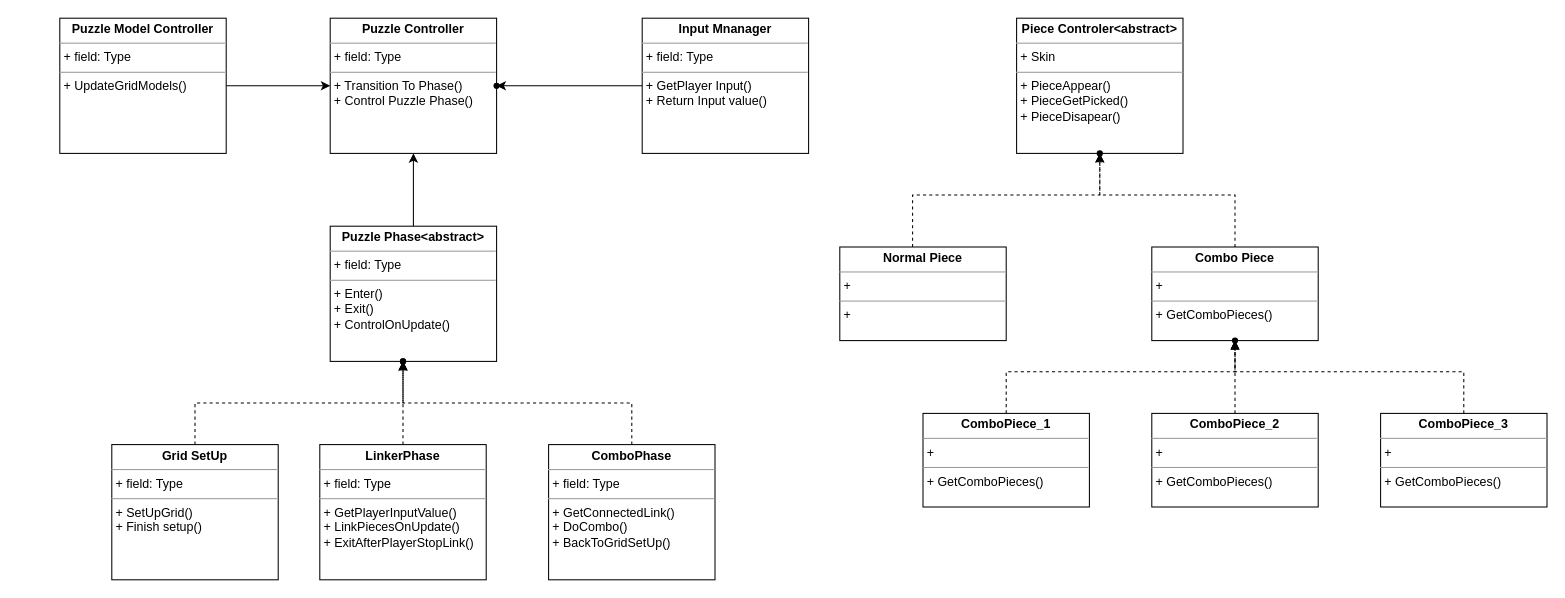
Before: Car_Puzzle_Chart.drawio in tranduy1995/CodeChart, a draw.io diagram. Source tidied: cells renumbered, new cells numbered last; positions are measured from the earlier drawing's top-left corner, leaving out a move shared by most shapes. Both pictures are drawn from the tidied source at 104%, with x=0, y=0 at pixel (59, 18).
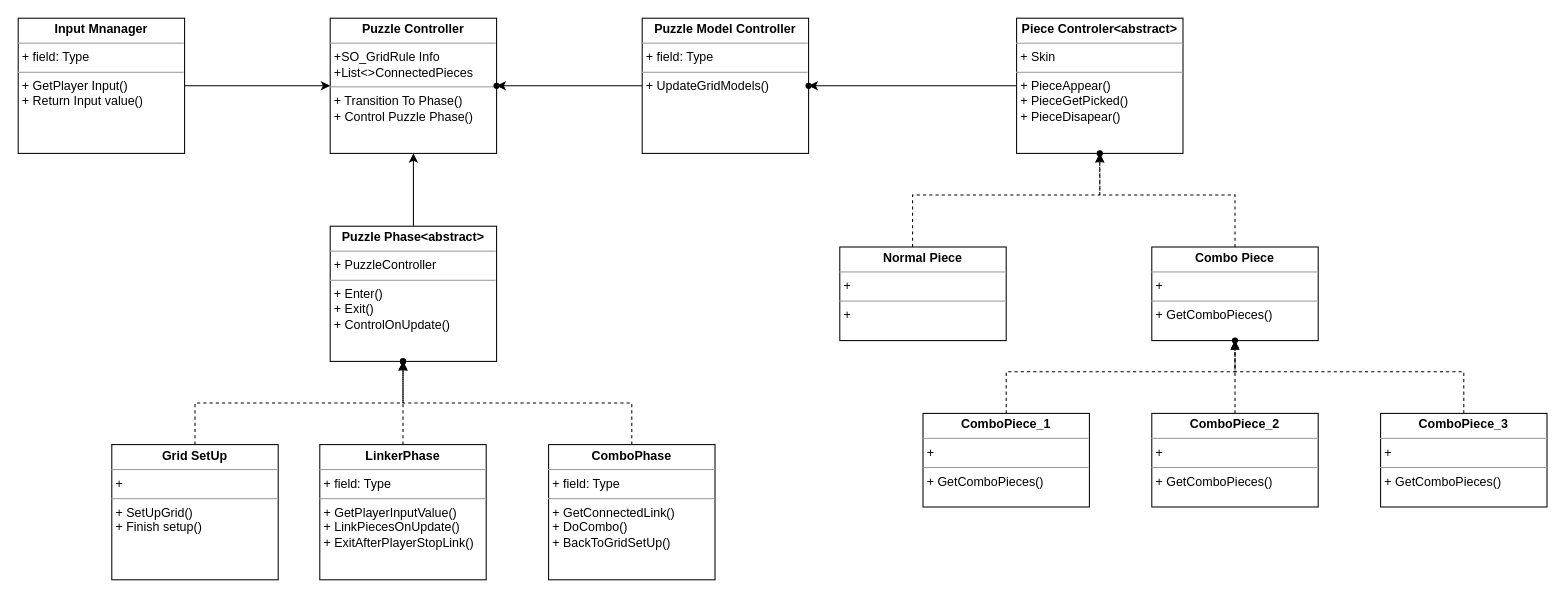
The same page after the edit.

Unchanged cells that the change refers to:
```xml
<mxCell id="13" value="&lt;p style=&quot;margin:0px;margin-top:4px;text-align:center;&quot;&gt;&lt;b&gt;Piece Controler&amp;lt;abstract&amp;gt;&lt;/b&gt;&lt;/p&gt;&lt;hr size=&quot;1&quot;&gt;&lt;p style=&quot;margin:0px;margin-left:4px;&quot;&gt;+ Skin&lt;/p&gt;&lt;hr size=&quot;1&quot;&gt;&lt;p style=&quot;margin:0px;margin-left:4px;&quot;&gt;+ PieceAppear()&lt;/p&gt;&lt;p style=&quot;margin:0px;margin-left:4px;&quot;&gt;+ PieceGetPicked()&lt;/p&gt;&lt;p style=&quot;margin:0px;margin-left:4px;&quot;&gt;+ PieceDisapear()&lt;/p&gt;&lt;p style=&quot;margin:0px;margin-left:4px;&quot;&gt;&lt;br&gt;&lt;/p&gt;&lt;p style=&quot;margin:0px;margin-left:4px;&quot;&gt;&lt;br&gt;&lt;/p&gt;" style="verticalAlign=top;align=left;overflow=fill;fontSize=12;fontFamily=Helvetica;html=1;whiteSpace=wrap;" parent="1" vertex="1">
  <mxGeometry x="920" width="160" height="130" as="geometry" />
</mxCell>
<mxCell id="31" style="shape=waypoint;sketch=0;size=6;points=[];fillColor=default;perimeter=centerPerimeter;snapToPoint=1;align=left;verticalAlign=top;" parent="1" vertex="1">
  <mxGeometry x="410" y="55" width="20" height="20" as="geometry" />
</mxCell>
```

Change to the diagram source:
```diff
@@
-    <mxCell id="2" value="&lt;p style=&quot;margin:0px;margin-top:4px;text-align:center;&quot;&gt;&lt;b&gt;Puzzle Controller&lt;/b&gt;&lt;/p&gt;&lt;hr size=&quot;1&quot;&gt;&lt;p style=&quot;margin:0px;margin-left:4px;&quot;&gt;+ field: Type&lt;/p&gt;&lt;hr size=&quot;1&quot;&gt;&lt;p style=&quot;margin:0px;margin-left:4px;&quot;&gt;+ Transition To Phase()&lt;/p&gt;&lt;p style=&quot;margin:0px;margin-left:4px;&quot;&gt;+ Control Puzzle Phase()&lt;/p&gt;&lt;p style=&quot;margin:0px;margin-left:4px;&quot;&gt;&lt;br&gt;&lt;/p&gt;&lt;p style=&quot;margin:0px;margin-left:4px;&quot;&gt;&lt;br&gt;&lt;/p&gt;" style="verticalAlign=top;align=left;overflow=fill;fontSize=12;fontFamily=Helvetica;html=1;whiteSpace=wrap;" parent="1" vertex="1">
+    <mxCell id="2" value="&lt;p style=&quot;margin:0px;margin-top:4px;text-align:center;&quot;&gt;&lt;b&gt;Puzzle Controller&lt;/b&gt;&lt;/p&gt;&lt;hr size=&quot;1&quot;&gt;&lt;p style=&quot;margin:0px;margin-left:4px;&quot;&gt;+SO_GridRule Info&lt;/p&gt;&lt;p style=&quot;margin:0px;margin-left:4px;&quot;&gt;+List&amp;lt;&amp;gt;ConnectedPieces&lt;/p&gt;&lt;hr size=&quot;1&quot;&gt;&lt;p style=&quot;margin:0px;margin-left:4px;&quot;&gt;+ Transition To Phase()&lt;/p&gt;&lt;p style=&quot;margin:0px;margin-left:4px;&quot;&gt;+ Control Puzzle Phase()&lt;/p&gt;&lt;p style=&quot;margin:0px;margin-left:4px;&quot;&gt;&lt;br&gt;&lt;/p&gt;&lt;p style=&quot;margin:0px;margin-left:4px;&quot;&gt;&lt;br&gt;&lt;/p&gt;" style="verticalAlign=top;align=left;overflow=fill;fontSize=12;fontFamily=Helvetica;html=1;whiteSpace=wrap;" parent="1" vertex="1">
       <mxGeometry x="260" width="160" height="130" as="geometry" />
     </mxCell>
@@
-    <mxCell id="4" value="&lt;p style=&quot;margin:0px;margin-top:4px;text-align:center;&quot;&gt;&lt;b&gt;Puzzle Phase&amp;lt;abstract&amp;gt;&lt;/b&gt;&lt;/p&gt;&lt;hr size=&quot;1&quot;&gt;&lt;p style=&quot;margin:0px;margin-left:4px;&quot;&gt;+ field: Type&lt;/p&gt;&lt;hr size=&quot;1&quot;&gt;&lt;p style=&quot;margin:0px;margin-left:4px;&quot;&gt;+ Enter()&lt;/p&gt;&lt;p style=&quot;margin:0px;margin-left:4px;&quot;&gt;+ Exit()&lt;/p&gt;&lt;p style=&quot;margin:0px;margin-left:4px;&quot;&gt;+ ControlOnUpdate()&lt;/p&gt;&lt;p style=&quot;margin:0px;margin-left:4px;&quot;&gt;&lt;br&gt;&lt;/p&gt;&lt;p style=&quot;margin:0px;margin-left:4px;&quot;&gt;&lt;br&gt;&lt;/p&gt;" style="verticalAlign=top;align=left;overflow=fill;fontSize=12;fontFamily=Helvetica;html=1;whiteSpace=wrap;" parent="1" vertex="1">
+    <mxCell id="4" value="&lt;p style=&quot;margin:0px;margin-top:4px;text-align:center;&quot;&gt;&lt;b&gt;Puzzle Phase&amp;lt;abstract&amp;gt;&lt;/b&gt;&lt;/p&gt;&lt;hr size=&quot;1&quot;&gt;&lt;p style=&quot;margin:0px;margin-left:4px;&quot;&gt;+ PuzzleController&lt;/p&gt;&lt;hr size=&quot;1&quot;&gt;&lt;p style=&quot;margin:0px;margin-left:4px;&quot;&gt;+ Enter()&lt;/p&gt;&lt;p style=&quot;margin:0px;margin-left:4px;&quot;&gt;+ Exit()&lt;/p&gt;&lt;p style=&quot;margin:0px;margin-left:4px;&quot;&gt;+ ControlOnUpdate()&lt;/p&gt;&lt;p style=&quot;margin:0px;margin-left:4px;&quot;&gt;&lt;br&gt;&lt;/p&gt;&lt;p style=&quot;margin:0px;margin-left:4px;&quot;&gt;&lt;br&gt;&lt;/p&gt;" style="verticalAlign=top;align=left;overflow=fill;fontSize=12;fontFamily=Helvetica;html=1;whiteSpace=wrap;" parent="1" vertex="1">
       <mxGeometry x="260" y="200" width="160" height="130" as="geometry" />
     </mxCell>
@@
-    <mxCell id="6" value="&lt;p style=&quot;margin:0px;margin-top:4px;text-align:center;&quot;&gt;&lt;b&gt;Grid SetUp&lt;/b&gt;&lt;/p&gt;&lt;hr size=&quot;1&quot;&gt;&lt;p style=&quot;margin:0px;margin-left:4px;&quot;&gt;+ field: Type&lt;/p&gt;&lt;hr size=&quot;1&quot;&gt;&lt;p style=&quot;margin:0px;margin-left:4px;&quot;&gt;+ SetUpGrid()&lt;/p&gt;&lt;p style=&quot;margin:0px;margin-left:4px;&quot;&gt;+ Finish setup()&lt;/p&gt;&lt;p style=&quot;margin:0px;margin-left:4px;&quot;&gt;&lt;br&gt;&lt;/p&gt;&lt;p style=&quot;margin:0px;margin-left:4px;&quot;&gt;&lt;br&gt;&lt;/p&gt;" style="verticalAlign=top;align=left;overflow=fill;fontSize=12;fontFamily=Helvetica;html=1;whiteSpace=wrap;" parent="1" vertex="1">
+    <mxCell id="6" value="&lt;p style=&quot;margin:0px;margin-top:4px;text-align:center;&quot;&gt;&lt;b&gt;Grid SetUp&lt;/b&gt;&lt;/p&gt;&lt;hr size=&quot;1&quot;&gt;&lt;p style=&quot;margin:0px;margin-left:4px;&quot;&gt;+&amp;nbsp;&lt;/p&gt;&lt;hr size=&quot;1&quot;&gt;&lt;p style=&quot;margin:0px;margin-left:4px;&quot;&gt;+ SetUpGrid()&lt;/p&gt;&lt;p style=&quot;margin:0px;margin-left:4px;&quot;&gt;+ Finish setup()&lt;/p&gt;&lt;p style=&quot;margin:0px;margin-left:4px;&quot;&gt;&lt;br&gt;&lt;/p&gt;&lt;p style=&quot;margin:0px;margin-left:4px;&quot;&gt;&lt;br&gt;&lt;/p&gt;" style="verticalAlign=top;align=left;overflow=fill;fontSize=12;fontFamily=Helvetica;html=1;whiteSpace=wrap;" parent="1" vertex="1">
       <mxGeometry x="50" y="410" width="160" height="130" as="geometry" />
     </mxCell>
-    <mxCell id="7" style="edgeStyle=orthogonalEdgeStyle;rounded=0;jettySize=auto;html=1;" parent="1" edge="1" source="8" target="31">
+    <mxCell id="7" style="edgeStyle=orthogonalEdgeStyle;rounded=0;jettySize=auto;html=1;entryX=0;entryY=0.5;entryDx=0;entryDy=0;" parent="1" edge="1" source="8" target="2">
       <mxGeometry relative="1" as="geometry" />
     </mxCell>
     <mxCell id="8" value="&lt;p style=&quot;margin:0px;margin-top:4px;text-align:center;&quot;&gt;&lt;b&gt;Input Mnanager&lt;/b&gt;&lt;/p&gt;&lt;hr size=&quot;1&quot;&gt;&lt;p style=&quot;margin:0px;margin-left:4px;&quot;&gt;+ field: Type&lt;/p&gt;&lt;hr size=&quot;1&quot;&gt;&lt;p style=&quot;margin:0px;margin-left:4px;&quot;&gt;+ GetPlayer Input()&lt;/p&gt;&lt;p style=&quot;margin:0px;margin-left:4px;&quot;&gt;+ Return Input value()&lt;/p&gt;&lt;p style=&quot;margin:0px;margin-left:4px;&quot;&gt;&lt;br&gt;&lt;/p&gt;&lt;p style=&quot;margin:0px;margin-left:4px;&quot;&gt;&lt;br&gt;&lt;/p&gt;" style="verticalAlign=top;align=left;overflow=fill;fontSize=12;fontFamily=Helvetica;html=1;whiteSpace=wrap;" parent="1" vertex="1">
-      <mxGeometry x="560" width="160" height="130" as="geometry" />
+      <mxGeometry x="-40" width="160" height="130" as="geometry" />
     </mxCell>
@@
+    <mxCell id="32" style="edgeStyle=orthogonalEdgeStyle;rounded=0;jettySize=auto;html=1;" parent="1" edge="1" source="13" target="33">
+      <mxGeometry relative="1" as="geometry" />
+    </mxCell>
@@
     <mxCell id="30" value="&lt;p style=&quot;margin:0px;margin-top:4px;text-align:center;&quot;&gt;&lt;b&gt;Puzzle Model Controller&lt;/b&gt;&lt;/p&gt;&lt;hr size=&quot;1&quot;&gt;&lt;p style=&quot;margin:0px;margin-left:4px;&quot;&gt;+ field: Type&lt;/p&gt;&lt;hr size=&quot;1&quot;&gt;&lt;p style=&quot;margin:0px;margin-left:4px;&quot;&gt;+ UpdateGridModels()&lt;/p&gt;&lt;p style=&quot;margin:0px;margin-left:4px;&quot;&gt;&lt;br&gt;&lt;/p&gt;&lt;p style=&quot;margin:0px;margin-left:4px;&quot;&gt;&lt;br&gt;&lt;/p&gt;" style="verticalAlign=top;align=left;overflow=fill;fontSize=12;fontFamily=Helvetica;html=1;whiteSpace=wrap;" parent="1" vertex="1">
-      <mxGeometry width="160" height="130" as="geometry" />
+      <mxGeometry x="560" width="160" height="130" as="geometry" />
     </mxCell>
@@
+    <mxCell id="33" style="shape=waypoint;sketch=0;size=6;points=[];fillColor=default;perimeter=centerPerimeter;snapToPoint=1;align=left;verticalAlign=top;" parent="1" vertex="1">
+      <mxGeometry x="710" y="55" width="20" height="20" as="geometry" />
+    </mxCell>
```
